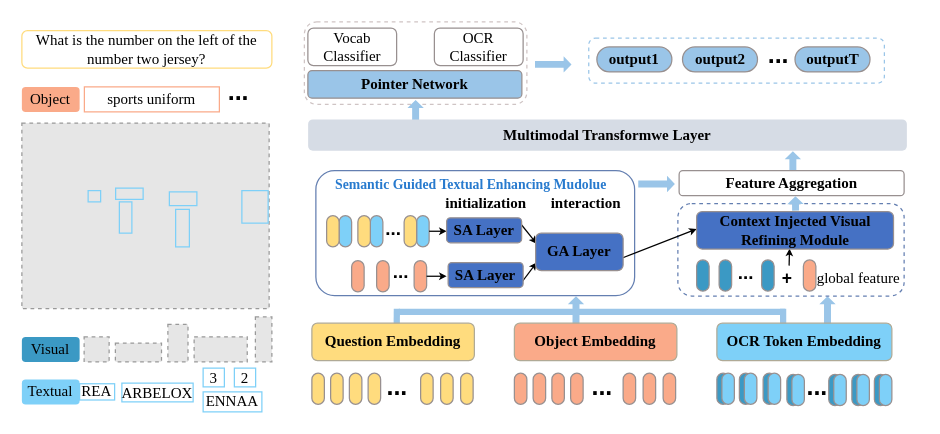
The draw.io diagram 未命名绘图.drawio in B-matchlsr/awesome-python-cn, before the edit. Source tidied: cells renumbered, new cells numbered last; positions are measured from the earlier drawing's top-left corner, leaving out a move shared by most shapes. Both pictures are drawn from the tidied source at 125%, with x=0, y=0 at pixel (21, 21). Pictures stored in the file or linked from it are replaced by grey dashed boxes.
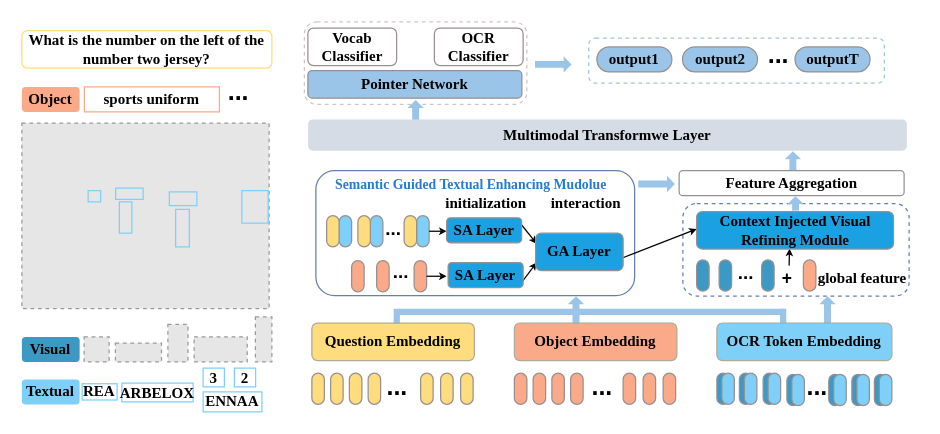
After the change.

Commit message:
更新未命名绘图.drawio

The change refers to these unchanged cells:
```xml
<mxCell id="2" style="group;" parent="1" vertex="1">
  <mxGeometry width="714.2" height="312" as="geometry" />
</mxCell>
```

What changed in the source:
```diff
@@
-    <mxCell id="5" value="&lt;font face=&quot;Times New Roman&quot;&gt;Visual&lt;/font&gt;" style="rounded=1;whiteSpace=wrap;html=1;strokeColor=none;fontFamily=Helvetica;fontSize=12;fontColor=default;fillColor=#3b99c4;" parent="2" vertex="1">
+    <mxCell id="5" value="&lt;font face=&quot;Times New Roman&quot;&gt;&lt;b&gt;Visual&lt;/b&gt;&lt;/font&gt;" style="rounded=1;whiteSpace=wrap;html=1;strokeColor=none;fontFamily=Helvetica;fontSize=12;fontColor=default;fillColor=#3b99c4;" parent="2" vertex="1">
       <mxGeometry y="252" width="46.2" height="20" as="geometry" />
     </mxCell>
-    <mxCell id="6" value="&lt;font face=&quot;Times New Roman&quot;&gt;Textual&lt;/font&gt;" style="rounded=1;whiteSpace=wrap;html=1;strokeColor=none;fontFamily=Helvetica;fontSize=12;fontColor=default;fillColor=#7ed0f8;" parent="2" vertex="1">
+    <mxCell id="6" value="&lt;font face=&quot;Times New Roman&quot;&gt;&lt;b&gt;Textual&lt;/b&gt;&lt;/font&gt;" style="rounded=1;whiteSpace=wrap;html=1;strokeColor=none;fontFamily=Helvetica;fontSize=12;fontColor=default;fillColor=#7ed0f8;" parent="2" vertex="1">
       <mxGeometry y="286" width="46.2" height="20" as="geometry" />
     </mxCell>
-    <mxCell id="7" value="&lt;p style=&quot;margin-top: 0pt; margin-bottom: 0pt; margin-left: 0in; direction: ltr; unicode-bidi: embed; word-break: normal;&quot;&gt;&lt;font face=&quot;Times New Roman&quot;&gt;REA&lt;/font&gt;&lt;/p&gt;" style="rounded=0;whiteSpace=wrap;html=1;strokeColor=#7ed0f8;fontFamily=Helvetica;fontSize=12;fontColor=default;fillColor=none;" parent="2" vertex="1">
-      <mxGeometry x="46.2" y="289.5" width="28" height="13" as="geometry" />
+    <mxCell id="7" value="&lt;p style=&quot;margin-top: 0pt; margin-bottom: 0pt; margin-left: 0in; direction: ltr; unicode-bidi: embed; word-break: normal;&quot;&gt;&lt;font face=&quot;Times New Roman&quot;&gt;&lt;b&gt;REA&lt;/b&gt;&lt;/font&gt;&lt;/p&gt;" style="rounded=0;whiteSpace=wrap;html=1;strokeColor=#7ed0f8;fontFamily=Helvetica;fontSize=12;fontColor=default;fillColor=none;" parent="2" vertex="1">
+      <mxGeometry x="48.2" y="289.5" width="28" height="13" as="geometry" />
     </mxCell>
-    <mxCell id="8" value="&lt;p style=&quot;margin-top: 0pt; margin-bottom: 0pt; margin-left: 0in; direction: ltr; unicode-bidi: embed; word-break: normal;&quot;&gt;&lt;font face=&quot;Times New Roman&quot;&gt;ENNAA&lt;/font&gt;&lt;/p&gt;" style="rounded=0;whiteSpace=wrap;html=1;strokeColor=#7ED0F8;fontFamily=Helvetica;fontSize=12;fontColor=default;fillColor=none;" parent="2" vertex="1">
+    <mxCell id="8" value="&lt;p style=&quot;margin-top: 0pt; margin-bottom: 0pt; margin-left: 0in; direction: ltr; unicode-bidi: embed; word-break: normal;&quot;&gt;&lt;font face=&quot;Times New Roman&quot;&gt;&lt;b&gt;ENNAA&lt;/b&gt;&lt;/font&gt;&lt;/p&gt;" style="rounded=0;whiteSpace=wrap;html=1;strokeColor=#7ED0F8;fontFamily=Helvetica;fontSize=12;fontColor=default;fillColor=none;" parent="2" vertex="1">
       <mxGeometry x="145" y="296" width="47" height="16" as="geometry" />
     </mxCell>
-    <mxCell id="9" value="&lt;p style=&quot;margin-top: 0pt; margin-bottom: 0pt; margin-left: 0in; direction: ltr; unicode-bidi: embed; word-break: normal;&quot;&gt;&lt;font face=&quot;Times New Roman&quot;&gt;ARBELOX&lt;/font&gt;&lt;br&gt;&lt;/p&gt;" style="rounded=0;whiteSpace=wrap;html=1;strokeColor=#7ed0f8;fontFamily=Helvetica;fontSize=12;fontColor=default;fillColor=none;" parent="2" vertex="1">
+    <mxCell id="9" value="&lt;p style=&quot;margin-top: 0pt; margin-bottom: 0pt; margin-left: 0in; direction: ltr; unicode-bidi: embed; word-break: normal;&quot;&gt;&lt;font face=&quot;Times New Roman&quot;&gt;&lt;b&gt;ARBELOX&lt;/b&gt;&lt;/font&gt;&lt;br&gt;&lt;/p&gt;" style="rounded=0;whiteSpace=wrap;html=1;strokeColor=#7ed0f8;fontFamily=Helvetica;fontSize=12;fontColor=default;fillColor=none;" parent="2" vertex="1">
       <mxGeometry x="80" y="289" width="57" height="15" as="geometry" />
     </mxCell>
-    <mxCell id="10" value="&lt;p style=&quot;margin-top: 0pt; margin-bottom: 0pt; margin-left: 0in; direction: ltr; unicode-bidi: embed; word-break: normal;&quot;&gt;&lt;font face=&quot;Times New Roman&quot;&gt;3&lt;/font&gt;&lt;/p&gt;" style="rounded=0;whiteSpace=wrap;html=1;strokeColor=#7ed0f8;fontFamily=Helvetica;fontSize=12;fontColor=default;fillColor=none;" parent="2" vertex="1">
+    <mxCell id="10" value="&lt;p style=&quot;margin-top: 0pt; margin-bottom: 0pt; margin-left: 0in; direction: ltr; unicode-bidi: embed; word-break: normal;&quot;&gt;&lt;font face=&quot;Times New Roman&quot;&gt;&lt;b&gt;3&lt;/b&gt;&lt;/font&gt;&lt;/p&gt;" style="rounded=0;whiteSpace=wrap;html=1;strokeColor=#7ed0f8;fontFamily=Helvetica;fontSize=12;fontColor=default;fillColor=none;" parent="2" vertex="1">
       <mxGeometry x="145" y="277" width="17" height="15" as="geometry" />
     </mxCell>
-    <mxCell id="11" value="&lt;p style=&quot;margin-top: 0pt; margin-bottom: 0pt; margin-left: 0in; direction: ltr; unicode-bidi: embed; word-break: normal;&quot;&gt;&lt;font face=&quot;Times New Roman&quot;&gt;2&lt;/font&gt;&lt;/p&gt;" style="rounded=0;whiteSpace=wrap;html=1;strokeColor=#7ED0F8;fontFamily=Helvetica;fontSize=12;fontColor=default;fillColor=none;" parent="2" vertex="1">
+    <mxCell id="11" value="&lt;p style=&quot;margin-top: 0pt; margin-bottom: 0pt; margin-left: 0in; direction: ltr; unicode-bidi: embed; word-break: normal;&quot;&gt;&lt;font face=&quot;Times New Roman&quot;&gt;&lt;b&gt;2&lt;/b&gt;&lt;/font&gt;&lt;/p&gt;" style="rounded=0;whiteSpace=wrap;html=1;strokeColor=#7ED0F8;fontFamily=Helvetica;fontSize=12;fontColor=default;fillColor=none;" parent="2" vertex="1">
       <mxGeometry x="170" y="277" width="17" height="15" as="geometry" />
     </mxCell>
@@
-    <mxCell id="13" value="&lt;font face=&quot;Times New Roman&quot;&gt;Vocab Classifier&lt;/font&gt;" style="rounded=1;whiteSpace=wrap;html=1;strokeColor=#989090;fontFamily=Helvetica;fontSize=12;fontColor=default;fillColor=none;" parent="2" vertex="1">
+    <mxCell id="13" value="&lt;font face=&quot;Times New Roman&quot;&gt;&lt;b&gt;Vocab Classifier&lt;/b&gt;&lt;/font&gt;" style="rounded=1;whiteSpace=wrap;html=1;strokeColor=#989090;fontFamily=Helvetica;fontSize=12;fontColor=default;fillColor=none;" parent="2" vertex="1">
       <mxGeometry x="228.8" y="5" width="71" height="30" as="geometry" />
     </mxCell>
-    <mxCell id="14" value="&lt;font face=&quot;Times New Roman&quot;&gt;OCR Classifier&lt;/font&gt;" style="rounded=1;whiteSpace=wrap;html=1;strokeColor=#989090;fontFamily=Helvetica;fontSize=12;fontColor=default;fillColor=none;" parent="2" vertex="1">
+    <mxCell id="14" value="&lt;font face=&quot;Times New Roman&quot;&gt;&lt;b&gt;OCR Classifier&lt;/b&gt;&lt;/font&gt;" style="rounded=1;whiteSpace=wrap;html=1;strokeColor=#989090;fontFamily=Helvetica;fontSize=12;fontColor=default;fillColor=none;" parent="2" vertex="1">
       <mxGeometry x="330" y="5" width="71" height="30" as="geometry" />
     </mxCell>
@@
-    <mxCell id="21" value="&lt;p style=&quot;margin-top: 0pt; margin-bottom: 0pt; margin-left: 0in; direction: ltr; unicode-bidi: embed; word-break: normal;&quot;&gt;&lt;font face=&quot;Times New Roman&quot;&gt;What is the number on the left of the&lt;br/&gt;number two jersey?&lt;/font&gt;&lt;/p&gt;" style="rounded=1;whiteSpace=wrap;html=1;strokeColor=#ffdc7e;fontFamily=Helvetica;fontSize=12;fontColor=default;fillColor=none;" parent="2" vertex="1">
+    <mxCell id="21" value="&lt;p style=&quot;margin-top: 0pt; margin-bottom: 0pt; margin-left: 0in; direction: ltr; unicode-bidi: embed; word-break: normal;&quot;&gt;&lt;font face=&quot;Times New Roman&quot;&gt;&lt;b&gt;What is the number on the left of the&lt;br&gt;number two jersey?&lt;/b&gt;&lt;/font&gt;&lt;/p&gt;" style="rounded=1;whiteSpace=wrap;html=1;strokeColor=#ffdc7e;fontFamily=Helvetica;fontSize=12;fontColor=default;fillColor=none;" parent="2" vertex="1">
       <mxGeometry y="7" width="200" height="30" as="geometry" />
     </mxCell>
@@
     <mxCell id="27" style="rounded=1;whiteSpace=wrap;html=1;strokeColor=#647fb1;fontFamily=Helvetica;fontSize=12;fontColor=default;fillColor=none;dashed=1;" parent="2" vertex="1">
-      <mxGeometry x="524.8" y="145.3" width="181" height="74" as="geometry" />
+      <mxGeometry x="528.8" y="145.3" width="181" height="74" as="geometry" />
     </mxCell>
@@
-    <mxCell id="90" value="&lt;font face=&quot;Times New Roman&quot; style=&quot;font-size: 12px;&quot;&gt;global feature&lt;/font&gt;" style="text;html=1;align=center;verticalAlign=middle;strokeColor=none;fillColor=none;fontSize=12;fontFamily=Helvetica;fontColor=default;" parent="2" vertex="1">
-      <mxGeometry x="624.2" y="190.4" width="90" height="30" as="geometry" />
+    <mxCell id="90" value="&lt;font face=&quot;Times New Roman&quot; style=&quot;font-size: 12px;&quot;&gt;&lt;b&gt;global feature&lt;/b&gt;&lt;/font&gt;" style="text;html=1;align=center;verticalAlign=middle;strokeColor=none;fillColor=none;fontSize=12;fontFamily=Helvetica;fontColor=default;" parent="2" vertex="1">
+      <mxGeometry x="627.2" y="190.4" width="90" height="30" as="geometry" />
     </mxCell>
@@
-    <mxCell id="95" value="&lt;font face=&quot;Times New Roman&quot;&gt;Object&lt;/font&gt;" style="rounded=1;whiteSpace=wrap;html=1;strokeColor=none;fontFamily=Helvetica;fontSize=12;fontColor=default;fillColor=#faaa89;" parent="2" vertex="1">
+    <mxCell id="95" value="&lt;font face=&quot;Times New Roman&quot;&gt;&lt;b&gt;Object&lt;/b&gt;&lt;/font&gt;" style="rounded=1;whiteSpace=wrap;html=1;strokeColor=none;fontFamily=Helvetica;fontSize=12;fontColor=default;fillColor=#faaa89;" parent="2" vertex="1">
       <mxGeometry y="52" width="46.2" height="20" as="geometry" />
     </mxCell>
-    <mxCell id="96" value="&lt;font face=&quot;Times New Roman&quot;&gt;sports uniform&lt;/font&gt;" style="rounded=0;whiteSpace=wrap;html=1;strokeColor=#faaa89;fontFamily=Helvetica;fontSize=12;fontColor=default;fillColor=none;" parent="2" vertex="1">
+    <mxCell id="96" value="&lt;font face=&quot;Times New Roman&quot;&gt;&lt;b&gt;sports uniform&lt;/b&gt;&lt;/font&gt;" style="rounded=0;whiteSpace=wrap;html=1;strokeColor=#faaa89;fontFamily=Helvetica;fontSize=12;fontColor=default;fillColor=none;" parent="2" vertex="1">
       <mxGeometry x="50" y="52" width="108" height="20" as="geometry" />
     </mxCell>
@@
-    <mxCell id="112" value="&lt;font face=&quot;Times New Roman&quot;&gt;&lt;b&gt;SA Layer&lt;/b&gt;&lt;/font&gt;" style="rounded=1;whiteSpace=wrap;html=1;strokeColor=#989090;fontFamily=Helvetica;fontSize=12;fontColor=default;fillColor=#4571c4;" parent="2" vertex="1">
+    <mxCell id="112" value="&lt;font face=&quot;Times New Roman&quot;&gt;&lt;b&gt;SA Layer&lt;/b&gt;&lt;/font&gt;" style="rounded=1;whiteSpace=wrap;html=1;strokeColor=#989090;fontFamily=Helvetica;fontSize=12;fontColor=default;fillColor=#1BA1E2;" parent="2" vertex="1">
       <mxGeometry x="339.8" y="156.7" width="60" height="20" as="geometry" />
     </mxCell>
-    <mxCell id="113" value="&lt;font face=&quot;Times New Roman&quot;&gt;&lt;b&gt;SA Layer&lt;/b&gt;&lt;/font&gt;" style="rounded=1;whiteSpace=wrap;html=1;strokeColor=#989090;fontFamily=Helvetica;fontSize=12;fontColor=default;fillColor=#4571C4;" parent="2" vertex="1">
+    <mxCell id="113" value="&lt;font face=&quot;Times New Roman&quot;&gt;&lt;b&gt;SA Layer&lt;/b&gt;&lt;/font&gt;" style="rounded=1;whiteSpace=wrap;html=1;strokeColor=#989090;fontFamily=Helvetica;fontSize=12;fontColor=default;fillColor=#1BA1E2;" parent="2" vertex="1">
       <mxGeometry x="341" y="192.5" width="60" height="20" as="geometry" />
     </mxCell>
-    <mxCell id="114" value="&lt;font face=&quot;Times New Roman&quot;&gt;&lt;b&gt;GA Layer&lt;/b&gt;&lt;/font&gt;" style="rounded=1;whiteSpace=wrap;html=1;strokeColor=#989090;fontFamily=Helvetica;fontSize=12;fontColor=default;fillColor=#4571C4;" parent="2" vertex="1">
+    <mxCell id="114" value="&lt;font face=&quot;Times New Roman&quot;&gt;&lt;b&gt;GA Layer&lt;/b&gt;&lt;/font&gt;" style="rounded=1;whiteSpace=wrap;html=1;strokeColor=#989090;fontFamily=Helvetica;fontSize=12;fontColor=default;fillColor=#1BA1E2;" parent="2" vertex="1">
       <mxGeometry x="411" y="169" width="70" height="30" as="geometry" />
     </mxCell>
-    <mxCell id="115" value="&lt;font face=&quot;Times New Roman&quot;&gt;&lt;b&gt;Context Injected Visual Refining Module&lt;/b&gt;&lt;/font&gt;" style="rounded=1;whiteSpace=wrap;html=1;strokeColor=#989090;fontFamily=Helvetica;fontSize=12;fontColor=default;fillColor=#4571C4;" parent="2" vertex="1">
+    <mxCell id="115" value="&lt;font face=&quot;Times New Roman&quot;&gt;&lt;b&gt;Context Injected Visual Refining Module&lt;/b&gt;&lt;/font&gt;" style="rounded=1;whiteSpace=wrap;html=1;strokeColor=#989090;fontFamily=Helvetica;fontSize=12;fontColor=default;fillColor=#1BA1E2;" parent="2" vertex="1">
       <mxGeometry x="539.8" y="151.7" width="157.5" height="30" as="geometry" />
     </mxCell>
```
